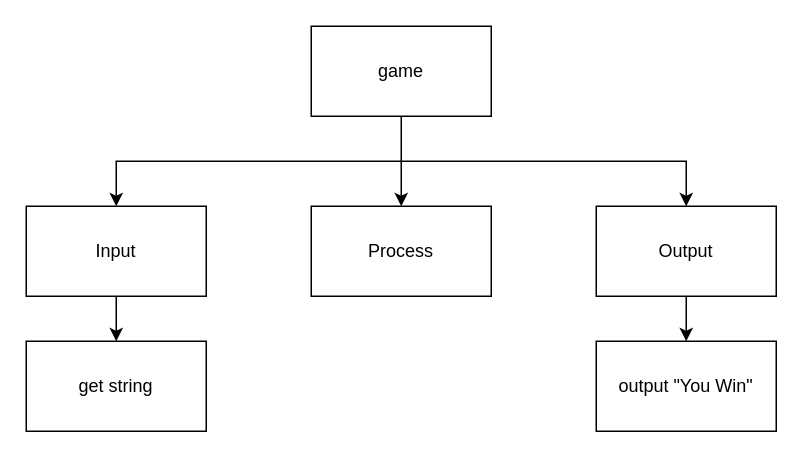
Peter-Gemmell/ics4u-Assignment2-typescript keeps this draw.io diagram as topdown1.drawio. Above is the earlier version. Source tidied: cells renumbered, new cells numbered last; positions are measured from the earlier drawing's top-left corner, leaving out a move shared by most shapes. Both pictures are drawn from the tidied source at 150%, with x=0, y=0 at pixel (26, 26).
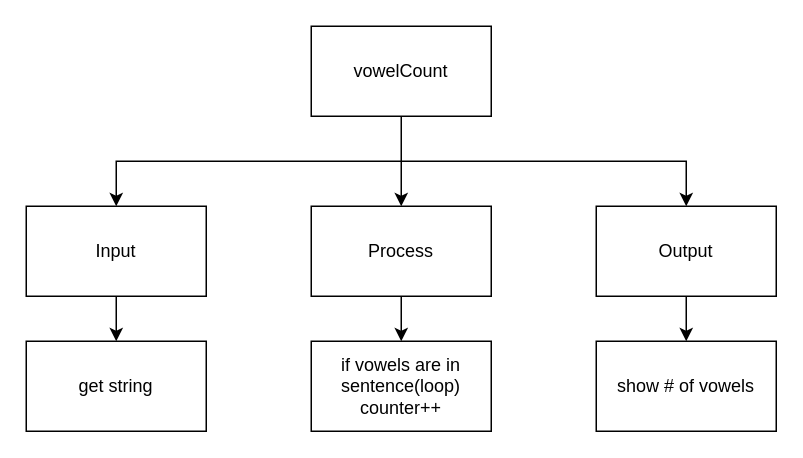
The same diagram, later.

The edit, as a diff of the source:
```diff
@@
 <mxGraphModel>
   <root>
     <mxCell id="0" />
     <mxCell id="1" parent="0" />
     <mxCell id="2" style="edgeStyle=none;html=1;exitX=0.5;exitY=1;exitDx=0;exitDy=0;" parent="1" edge="1" source="5" target="8">
       <mxGeometry relative="1" as="geometry">
         <Array as="points">
           <mxPoint x="250" y="90" />
         </Array>
       </mxGeometry>
     </mxCell>
     <mxCell id="3" style="edgeStyle=none;html=1;entryX=0.5;entryY=0;entryDx=0;entryDy=0;rounded=0;" parent="1" edge="1" target="10">
       <mxGeometry relative="1" as="geometry">
         <mxPoint x="250" y="90" as="sourcePoint" />
         <Array as="points">
           <mxPoint x="440" y="90" />
         </Array>
       </mxGeometry>
     </mxCell>
     <mxCell id="4" style="edgeStyle=none;rounded=0;html=1;entryX=0.5;entryY=0;entryDx=0;entryDy=0;" parent="1" edge="1" target="7">
       <mxGeometry relative="1" as="geometry">
         <mxPoint x="250" y="90" as="sourcePoint" />
         <Array as="points">
           <mxPoint x="60" y="90" />
         </Array>
       </mxGeometry>
     </mxCell>
-    <mxCell id="5" value="game" style="rounded=0;whiteSpace=wrap;html=1;" parent="1" vertex="1">
+    <mxCell id="5" value="vowelCount" style="rounded=0;whiteSpace=wrap;html=1;" parent="1" vertex="1">
       <mxGeometry x="190" width="120" height="60" as="geometry" />
     </mxCell>
     <mxCell id="6" style="edgeStyle=none;rounded=0;html=1;exitX=0.5;exitY=1;exitDx=0;exitDy=0;entryX=0.5;entryY=0;entryDx=0;entryDy=0;" parent="1" edge="1" source="7" target="12">
       <mxGeometry relative="1" as="geometry" />
     </mxCell>
     <mxCell id="7" value="Input" style="rounded=0;whiteSpace=wrap;html=1;" parent="1" vertex="1">
       <mxGeometry y="120" width="120" height="60" as="geometry" />
     </mxCell>
+    <mxCell id="13" style="edgeStyle=none;rounded=0;html=1;exitX=0.5;exitY=1;exitDx=0;exitDy=0;entryX=0.5;entryY=0;entryDx=0;entryDy=0;" parent="1" edge="1" source="8" target="14">
+      <mxGeometry relative="1" as="geometry" />
+    </mxCell>
     <mxCell id="8" value="Process" style="rounded=0;whiteSpace=wrap;html=1;" parent="1" vertex="1">
       <mxGeometry x="190" y="120" width="120" height="60" as="geometry" />
     </mxCell>
     <mxCell id="9" style="edgeStyle=none;rounded=0;html=1;exitX=0.5;exitY=1;exitDx=0;exitDy=0;entryX=0.5;entryY=0;entryDx=0;entryDy=0;" parent="1" edge="1" source="10" target="11">
       <mxGeometry relative="1" as="geometry" />
     </mxCell>
     <mxCell id="10" value="Output" style="rounded=0;whiteSpace=wrap;html=1;" parent="1" vertex="1">
       <mxGeometry x="380" y="120" width="120" height="60" as="geometry" />
     </mxCell>
-    <mxCell id="11" value="output &quot;You Win&quot;" style="rounded=0;whiteSpace=wrap;html=1;" parent="1" vertex="1">
+    <mxCell id="11" value="show # of vowels" style="rounded=0;whiteSpace=wrap;html=1;" parent="1" vertex="1">
       <mxGeometry x="380" y="210" width="120" height="60" as="geometry" />
     </mxCell>
     <mxCell id="12" value="get string" style="rounded=0;whiteSpace=wrap;html=1;" parent="1" vertex="1">
       <mxGeometry y="210" width="120" height="60" as="geometry" />
     </mxCell>
+    <mxCell id="14" value="if vowels are in sentence(loop) counter++" style="rounded=0;whiteSpace=wrap;html=1;" parent="1" vertex="1">
+      <mxGeometry x="190" y="210" width="120" height="60" as="geometry" />
+    </mxCell>
   </root>
 </mxGraphModel>
```
